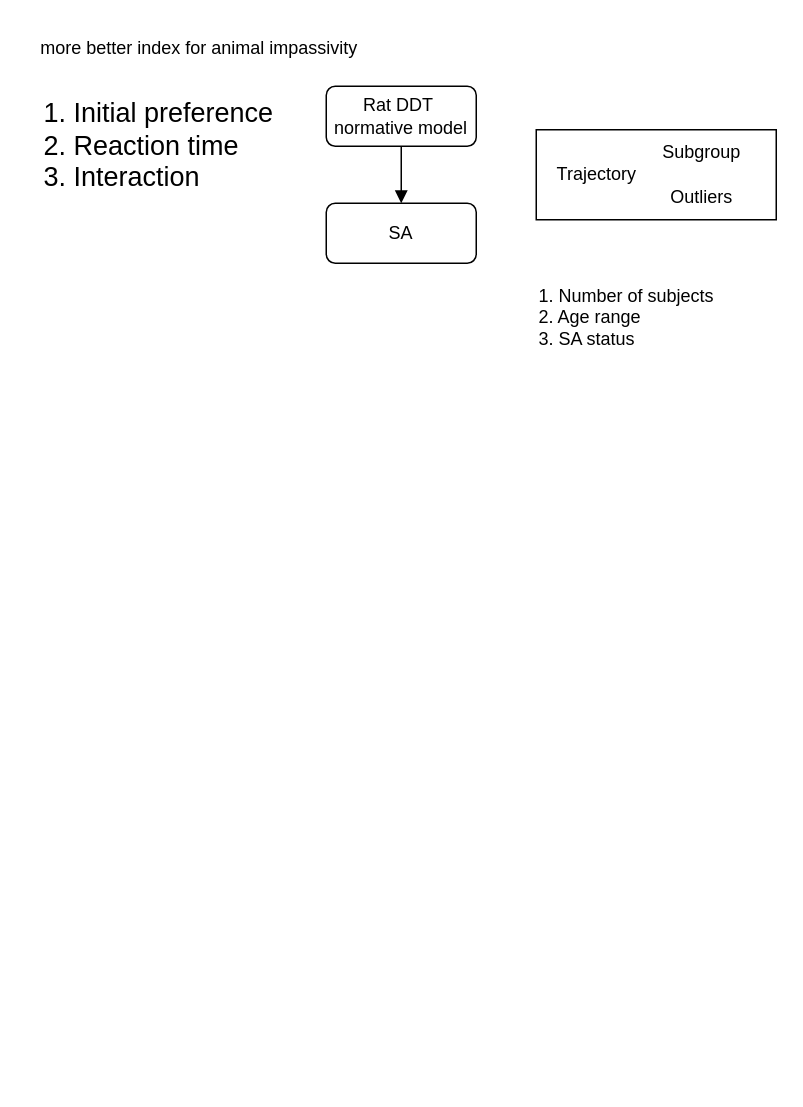
Before: RatDDT_SA.drawio in Ernest861/demo, a draw.io diagram. Source tidied: cells renumbered, new cells numbered last; positions are measured from the earlier drawing's top-left corner, leaving out a move shared by most shapes. Both pictures are drawn from the tidied source at 150%, with x=0, y=0 at pixel (26, 26). Pictures stored in the file or linked from it are replaced by grey dashed boxes.
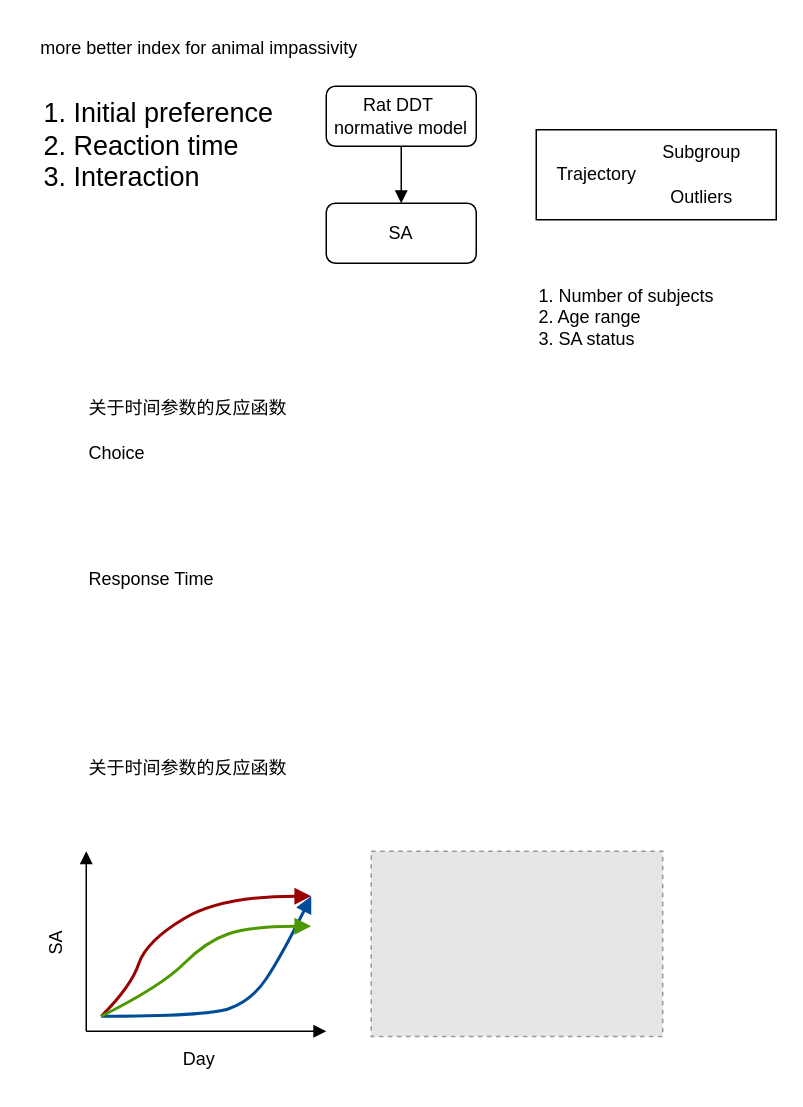
The same diagram, later.

The edit, as a diff of the source:
```diff
@@
+    <mxCell id="12" value="Choice&amp;nbsp;" style="text;html=1;align=left;verticalAlign=middle;strokeColor=none;fillColor=none;" parent="1" vertex="1">
+      <mxGeometry x="40" y="270" width="60" height="30" as="geometry" />
+    </mxCell>
+    <mxCell id="13" value="Response Time" style="text;html=1;align=left;verticalAlign=middle;strokeColor=none;fillColor=none;" parent="1" vertex="1">
+      <mxGeometry x="40" y="354" width="110" height="30" as="geometry" />
+    </mxCell>
+    <mxCell id="14" value="关于时间参数的反应函数" style="text;html=1;align=left;verticalAlign=middle;strokeColor=none;fillColor=none;" parent="1" vertex="1">
+      <mxGeometry x="40" y="240" width="160" height="30" as="geometry" />
+    </mxCell>
+    <mxCell id="15" value="关于时间参数的反应函数" style="text;html=1;align=left;verticalAlign=middle;strokeColor=none;fillColor=none;" parent="1" vertex="1">
+      <mxGeometry x="40" y="480" width="160" height="30" as="geometry" />
+    </mxCell>
+    <mxCell id="16" style="endArrow=block;html=1;rounded=0;endFill=1;" parent="1" edge="1">
+      <mxGeometry relative="1" as="geometry">
+        <mxPoint x="40" y="670" as="sourcePoint" />
+        <mxPoint x="200" y="670" as="targetPoint" />
+      </mxGeometry>
+    </mxCell>
+    <mxCell id="17" style="endArrow=block;html=1;rounded=0;endFill=1;" parent="1" edge="1">
+      <mxGeometry relative="1" as="geometry">
+        <mxPoint x="40" y="670" as="sourcePoint" />
+        <mxPoint x="40" y="550" as="targetPoint" />
+      </mxGeometry>
+    </mxCell>
+    <mxCell id="18" style="curved=1;endArrow=block;html=1;rounded=0;fillColor=#dae8fc;strokeColor=#990000;endFill=1;strokeWidth=2;" parent="1" edge="1">
+      <mxGeometry relative="1" as="geometry">
+        <mxPoint x="50" y="660" as="sourcePoint" />
+        <mxPoint x="190" y="580" as="targetPoint" />
+        <Array as="points">
+          <mxPoint x="70" y="640" />
+          <mxPoint x="80" y="610" />
+          <mxPoint x="130" y="580" />
+        </Array>
+      </mxGeometry>
+    </mxCell>
+    <mxCell id="19" style="curved=1;endArrow=block;html=1;rounded=0;fillColor=#f8cecc;strokeColor=#004C99;endFill=1;strokeWidth=2;" parent="1" edge="1">
+      <mxGeometry relative="1" as="geometry">
+        <mxPoint x="50" y="660" as="sourcePoint" />
+        <mxPoint x="190" y="580" as="targetPoint" />
+        <Array as="points">
+          <mxPoint x="120" y="660" />
+          <mxPoint x="150" y="650" />
+          <mxPoint x="170" y="620" />
+        </Array>
+      </mxGeometry>
+    </mxCell>
+    <mxCell id="20" style="fillColor=#E6E6E6;strokeColor=#999999;dashed=1;verticalLabelPosition=bottom;labelBackgroundColor=default;verticalAlign=top;" parent="1" vertex="1">
+      <mxGeometry x="230" y="550" width="194.3" height="123.5" as="geometry" />
+    </mxCell>
+    <mxCell id="21" style="curved=1;endArrow=block;html=1;rounded=0;fillColor=#dae8fc;strokeColor=#4D9900;endFill=1;strokeWidth=2;" parent="1" edge="1">
+      <mxGeometry relative="1" as="geometry">
+        <mxPoint x="50" y="660" as="sourcePoint" />
+        <mxPoint x="190" y="600" as="targetPoint" />
+        <Array as="points">
+          <mxPoint x="90" y="640" />
+          <mxPoint x="120" y="610" />
+          <mxPoint x="150" y="600" />
+        </Array>
+      </mxGeometry>
+    </mxCell>
+    <mxCell id="22" value="SA" style="text;html=1;align=center;verticalAlign=middle;strokeColor=none;fillColor=none;rotation=-90;" parent="1" vertex="1">
+      <mxGeometry y="596.8" width="40" height="30" as="geometry" />
+    </mxCell>
+    <mxCell id="23" value="Day" style="text;html=1;align=center;verticalAlign=middle;strokeColor=none;fillColor=none;rotation=0;" parent="1" vertex="1">
+      <mxGeometry x="95" y="673.5" width="40" height="30" as="geometry" />
+    </mxCell>
```
